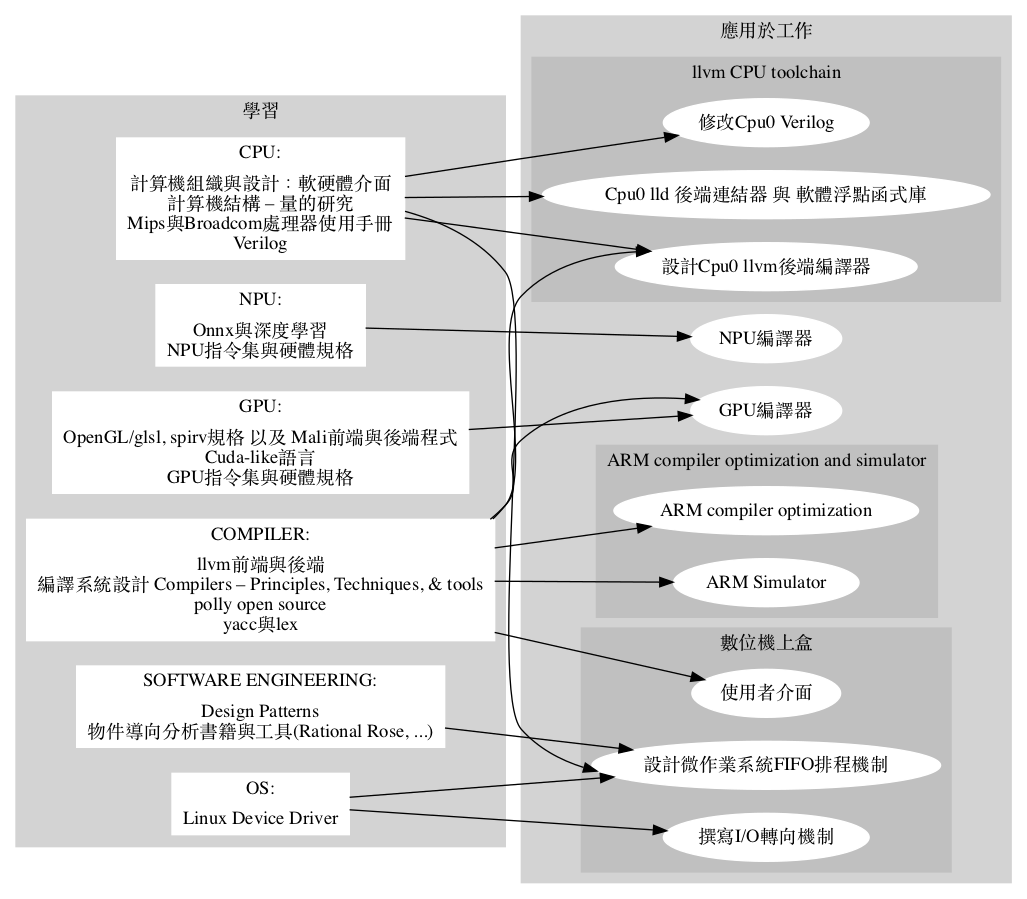
Above: images/study_and_apply_ch1.png in Jonathan2251/ws (Graphviz), before the change. Its source is kept beside it as images/study_and_apply_ch1.gv.
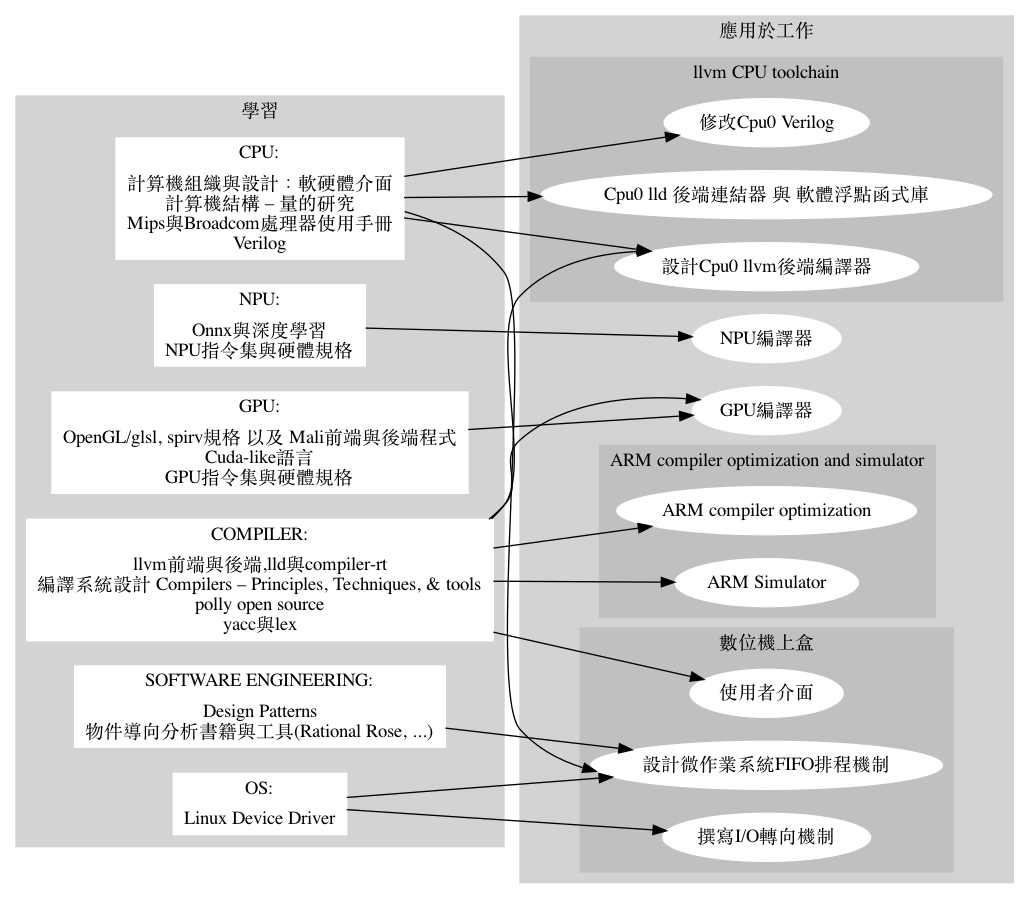
After the change.

The edit, as a diff of the source:
```diff
@@ -8,7 +8,7 @@
     node [shape=record,style=filled,color=white]; CPU [label="CPU:|計算機組織與設計：軟硬體介面\n計算機結構 – 量的研究\nMips與Broadcom處理器使用手冊\nVerilog"];
     node [shape=record,style=filled,color=white]; GPU [label="GPU:|OpenGL/glsl, spirv規格 以及 Mali前端與後端程式\nCuda-like語言\nGPU指令集與硬體規格"];
     node [shape=record,style=filled,color=white]; NPU [label="NPU:|Onnx與深度學習\nNPU指令集與硬體規格"];
-    node [style=filled,color=white]; COMPILER [label="COMPILER:|llvm前端與後端\n編譯系統設計 Compilers – Principles, Techniques, & tools\npolly open source\nyacc與lex"];
+    node [style=filled,color=white]; COMPILER [label="COMPILER:|llvm前端與後端,lld與compiler-rt\n編譯系統設計 Compilers – Principles, Techniques, & tools\npolly open source\nyacc與lex"];
     node [style=filled,color=white]; OS [label="OS:|Linux Device Driver"];
     node [style=filled,color=white]; "SOFTWARE ENGINEERING" [label="SOFTWARE ENGINEERING:|Design Patterns\n物件導向分析書籍與工具(Rational Rose, ...)"];
     color=lightgrey;
```
